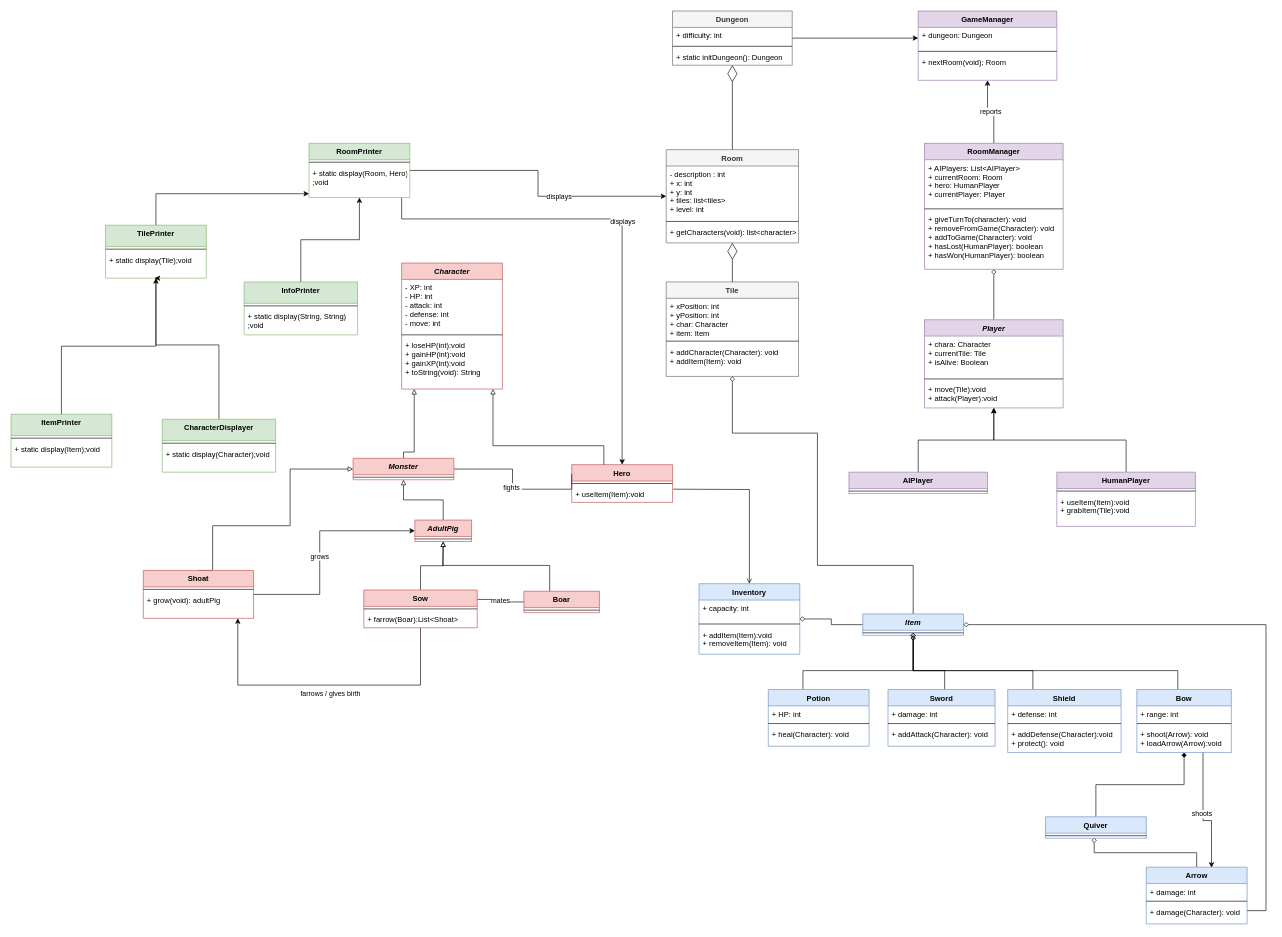
Above: Game class diagram.drawio in mehdimunim/Cachots-et-Cochons (draw.io), before the change. Source tidied: cells renumbered, new cells numbered last; positions are measured from the earlier drawing's top-left corner, leaving out a move shared by most shapes. Both pictures are drawn from the tidied source at 63%, with x=0, y=0 at pixel (11, 11).
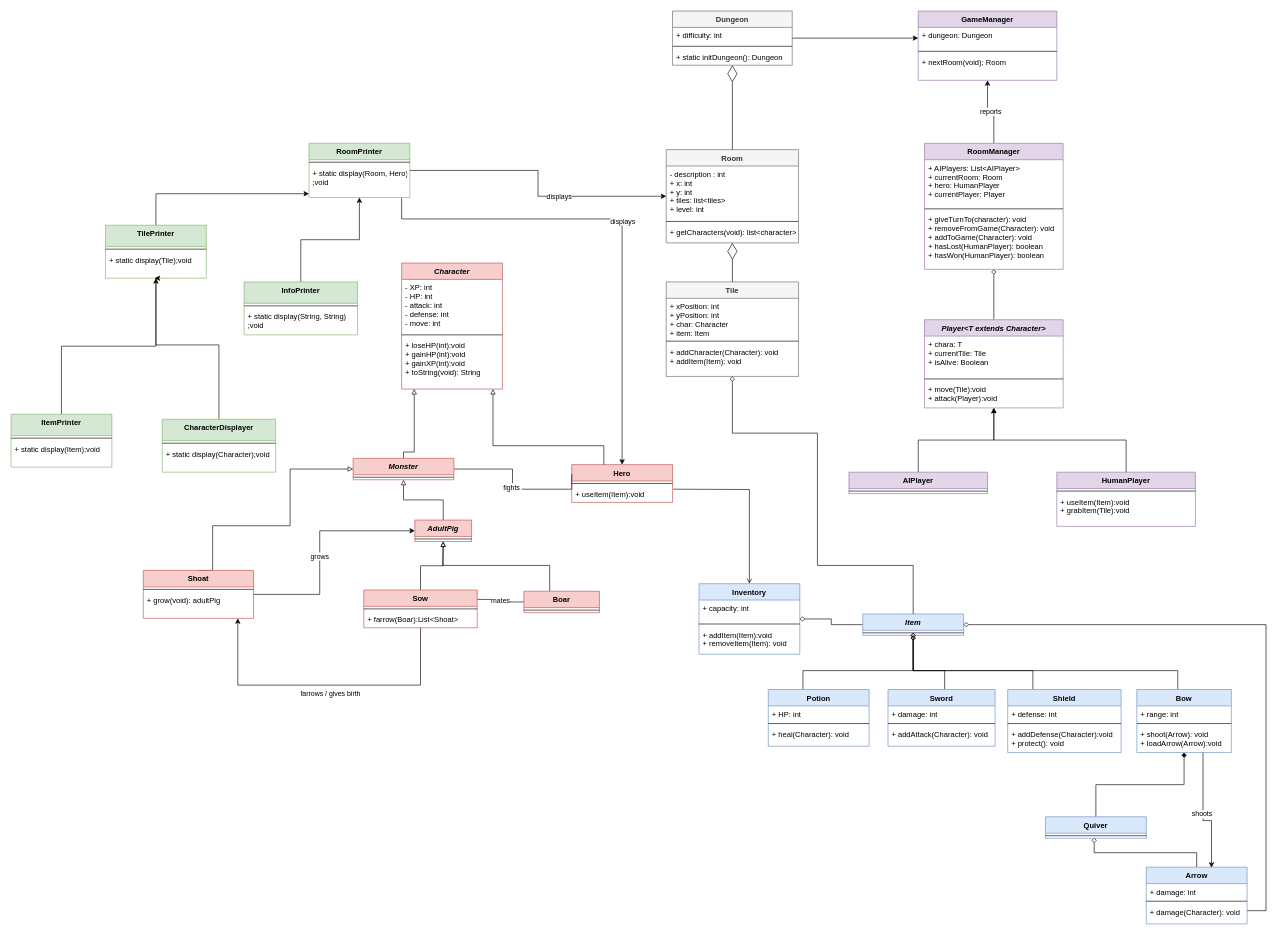
The same diagram, later.

Commit message (it also covers changes not shown here):
Make Player generic

The edit, as a diff of the source:
```diff
@@
-    <mxCell id="119" value="Player" style="swimlane;fontStyle=3;align=center;verticalAlign=top;horizontal=1;startSize=26;fillColor=#e1d5e7;strokeColor=#9673a6;fontColor=default;" parent="1" vertex="1">
+    <mxCell id="119" value="Player&lt;T extends Character&gt;" style="swimlane;fontStyle=3;align=center;verticalAlign=top;horizontal=1;startSize=26;fillColor=#e1d5e7;strokeColor=#9673a6;fontColor=default;" parent="1" vertex="1">
       <mxGeometry x="1450" y="490" width="220" height="140" as="geometry" />
     </mxCell>
-    <mxCell id="120" value="+ chara: Character&#10;+ currentTile: Tile &#10;+ isAlive: Boolean" style="text;strokeColor=none;fillColor=none;align=left;verticalAlign=top;spacingLeft=4;spacingRight=4;overflow=hidden;fontColor=default;" parent="119" vertex="1">
+    <mxCell id="120" value="+ chara: T&#10;+ currentTile: Tile &#10;+ isAlive: Boolean" style="text;strokeColor=none;fillColor=none;align=left;verticalAlign=top;spacingLeft=4;spacingRight=4;overflow=hidden;fontColor=default;" parent="119" vertex="1">
       <mxGeometry y="26" width="220" height="64" as="geometry" />
     </mxCell>
```
